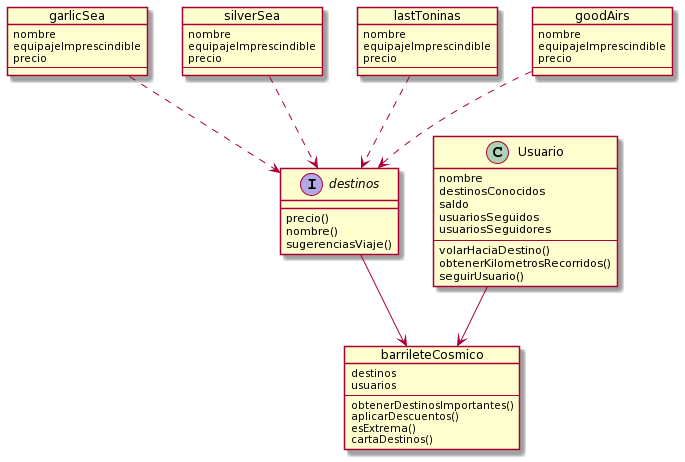
Before: diagrama-uml.png, a diagram exported from PlantUML (horosco95/2020-pdep-tp-objetos-grupal).
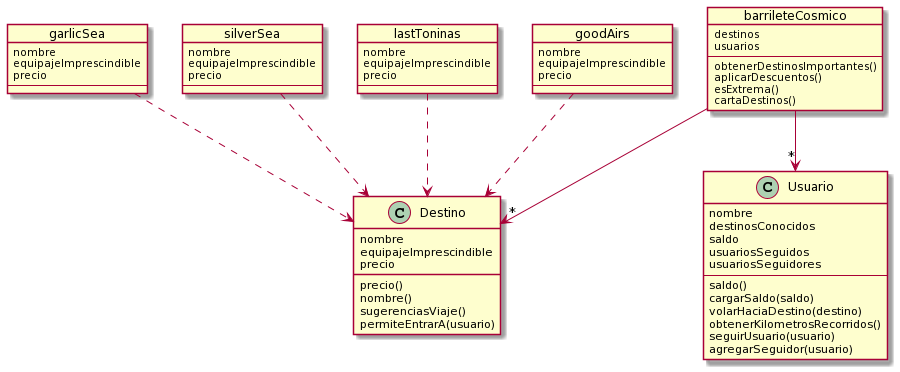
After the commit.

Commit message:
agrego metodos para desarrollar clase Usuario-cambios uml

What changed in the source:
```diff
@@ -36,10 +36,14 @@
 cartaDestinos()
 }
 
-interface destinos {
+class Destino {
+nombre
+equipajeImprescindible
+precio
 precio()
 nombre()
 sugerenciasViaje()
+permiteEntrarA(usuario)
 }
 
 class Usuario {
@@ -49,15 +53,19 @@
 usuariosSeguidos
 usuariosSeguidores
 --
-volarHaciaDestino()
+saldo()
+cargarSaldo(saldo)
+volarHaciaDestino(destino)
 obtenerKilometrosRecorridos()
-seguirUsuario()
+seguirUsuario(usuario)
+agregarSeguidor(usuario)
 }
-garlicSea ..> destinos
-silverSea ..> destinos
-lastToninas ..> destinos
-goodAirs ..> destinos
+garlicSea ..> Destino
+silverSea ..> Destino
+lastToninas ..> Destino
+goodAirs ..> Destino
 
-Usuario --> barrileteCosmico
-destinos --> barrileteCosmico
+
+barrileteCosmico -->"*" Usuario
+barrileteCosmico -->"*" Destino
 @enduml
```
